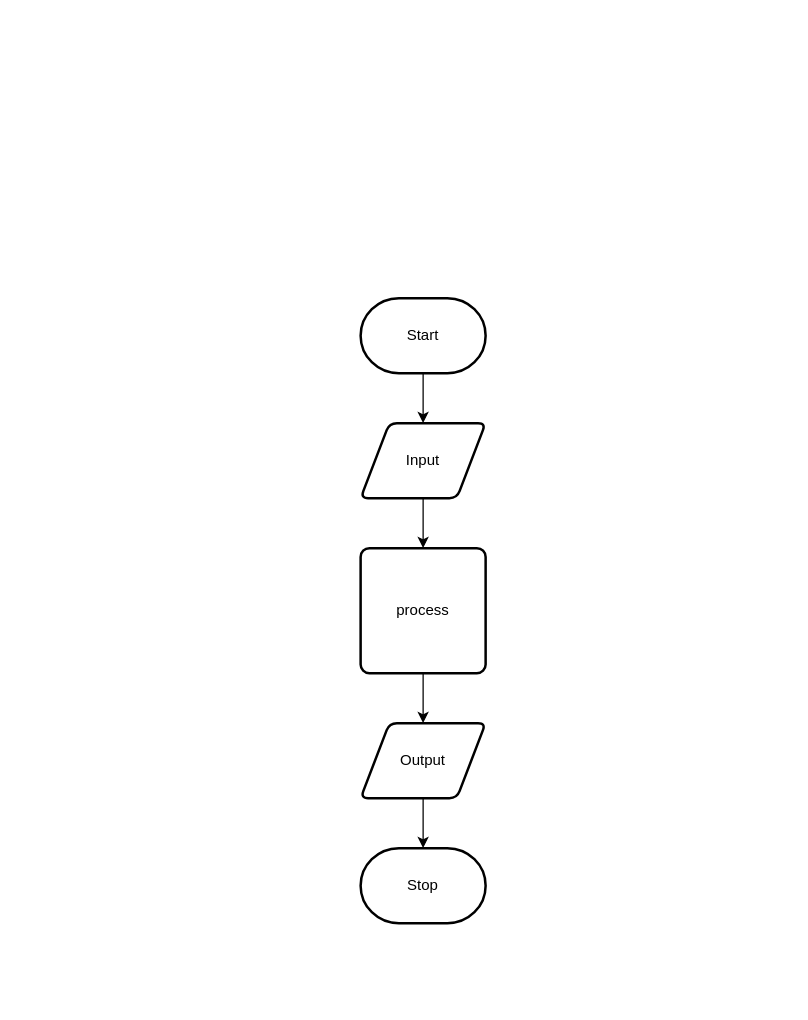
Earlier version of the draw.io diagram design/flow-chart.drawio (sam-corbett/ICS2O-Unit5-04-JS). Source tidied: cells renumbered, new cells numbered last; positions are measured from the earlier drawing's top-left corner, leaving out a move shared by most shapes. Both pictures are drawn from the tidied source at 125%, with x=0, y=0 at pixel (360, 298).
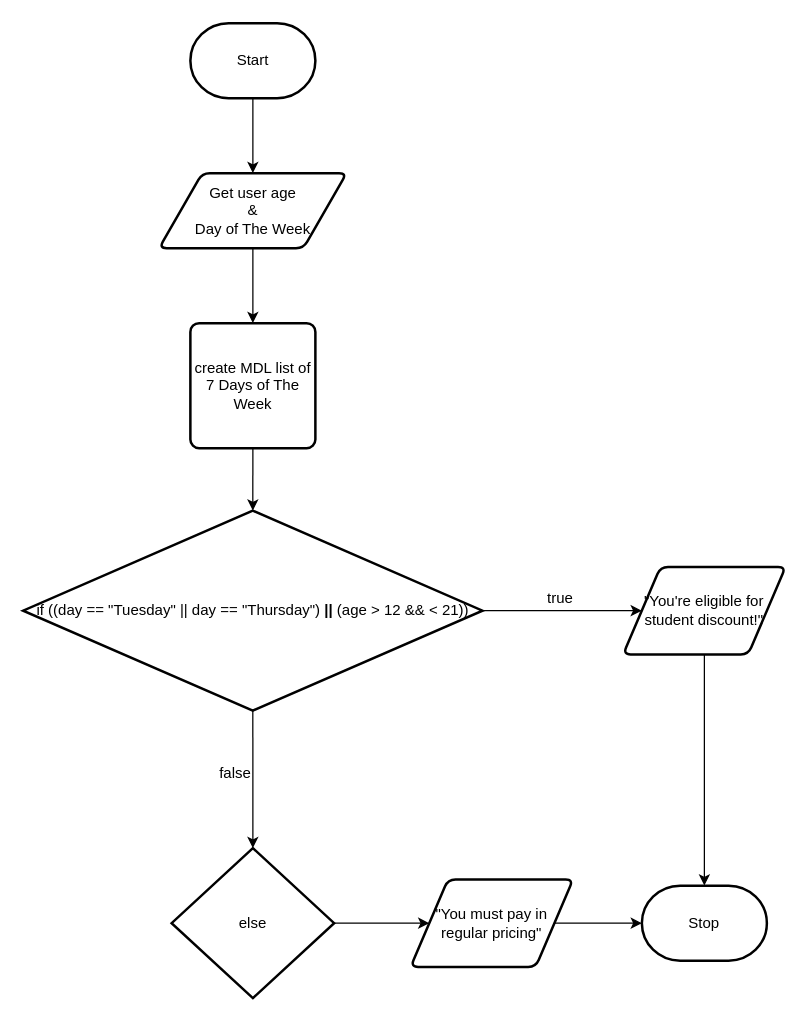
Above is the later version.

Diff of the diagram source:
```diff
@@
 <mxGraphModel>
   <root>
     <mxCell id="0" />
     <mxCell id="1" parent="0" />
-    <mxCell id="2" style="edgeStyle=none;html=1;" parent="1" edge="1" source="3" target="5">
-      <mxGeometry relative="1" as="geometry" />
-    </mxCell>
+    <mxCell id="11" style="edgeStyle=none;html=1;" parent="1" edge="1" source="3" target="13">
+      <mxGeometry relative="1" as="geometry" />
+    </mxCell>
     <mxCell id="3" value="Start" style="strokeWidth=2;html=1;shape=mxgraph.flowchart.terminator;whiteSpace=wrap;" parent="1" vertex="1">
-      <mxGeometry width="100" height="60" as="geometry" />
+      <mxGeometry x="-136.2" y="-220" width="100" height="60" as="geometry" />
     </mxCell>
-    <mxCell id="4" style="edgeStyle=none;html=1;" parent="1" edge="1" source="5" target="7">
-      <mxGeometry relative="1" as="geometry" />
-    </mxCell>
-    <mxCell id="5" value="Input" style="shape=parallelogram;html=1;strokeWidth=2;perimeter=parallelogramPerimeter;whiteSpace=wrap;rounded=1;arcSize=12;size=0.23;" parent="1" vertex="1">
-      <mxGeometry y="100" width="100" height="60" as="geometry" />
-    </mxCell>
-    <mxCell id="6" style="edgeStyle=none;html=1;" parent="1" edge="1" source="7" target="9">
-      <mxGeometry relative="1" as="geometry" />
-    </mxCell>
-    <mxCell id="7" value="process" style="rounded=1;whiteSpace=wrap;html=1;absoluteArcSize=1;arcSize=14;strokeWidth=2;" parent="1" vertex="1">
-      <mxGeometry y="200" width="100" height="100" as="geometry" />
-    </mxCell>
-    <mxCell id="8" style="edgeStyle=none;html=1;" parent="1" edge="1" source="9" target="10">
-      <mxGeometry relative="1" as="geometry" />
-    </mxCell>
-    <mxCell id="9" value="Output" style="shape=parallelogram;html=1;strokeWidth=2;perimeter=parallelogramPerimeter;whiteSpace=wrap;rounded=1;arcSize=12;size=0.23;" parent="1" vertex="1">
-      <mxGeometry y="340" width="100" height="60" as="geometry" />
-    </mxCell>
     <mxCell id="10" value="Stop" style="strokeWidth=2;html=1;shape=mxgraph.flowchart.terminator;whiteSpace=wrap;" parent="1" vertex="1">
-      <mxGeometry y="440" width="100" height="60" as="geometry" />
+      <mxGeometry x="225" y="470" width="100" height="60" as="geometry" />
     </mxCell>
+    <mxCell id="12" style="edgeStyle=none;html=1;" parent="1" edge="1" source="13" target="15">
+      <mxGeometry relative="1" as="geometry" />
+    </mxCell>
+    <mxCell id="13" value="Get user age&lt;br&gt;&amp;amp;&lt;br&gt;Day of The Week" style="shape=parallelogram;html=1;strokeWidth=2;perimeter=parallelogramPerimeter;whiteSpace=wrap;rounded=1;arcSize=12;size=0.23;fillColor=default;" parent="1" vertex="1">
+      <mxGeometry x="-161.2" y="-100" width="150" height="60" as="geometry" />
+    </mxCell>
+    <mxCell id="14" style="edgeStyle=none;html=1;" parent="1" edge="1" source="15" target="18">
+      <mxGeometry relative="1" as="geometry" />
+    </mxCell>
+    <mxCell id="15" value="create MDL list of 7 Days of The Week" style="rounded=1;whiteSpace=wrap;html=1;absoluteArcSize=1;arcSize=14;strokeWidth=2;fillColor=default;" parent="1" vertex="1">
+      <mxGeometry x="-136.2" y="20" width="100" height="100" as="geometry" />
+    </mxCell>
+    <mxCell id="16" style="edgeStyle=none;html=1;entryX=0.5;entryY=0;entryDx=0;entryDy=0;" parent="1" edge="1" source="18" target="24">
+      <mxGeometry relative="1" as="geometry" />
+    </mxCell>
+    <mxCell id="17" style="edgeStyle=none;html=1;" parent="1" edge="1" source="18" target="20">
+      <mxGeometry relative="1" as="geometry" />
+    </mxCell>
+    <mxCell id="18" value="if ((day == &quot;Tuesday&quot; || day == &quot;Thursday&quot;)&amp;nbsp;&lt;b&gt;||&amp;nbsp;&lt;/b&gt;(age &amp;gt; 12 &amp;amp;&amp;amp; &amp;lt; 21))" style="strokeWidth=2;html=1;shape=mxgraph.flowchart.decision;whiteSpace=wrap;fillColor=default;" parent="1" vertex="1">
+      <mxGeometry x="-270" y="170" width="367.5" height="160" as="geometry" />
+    </mxCell>
+    <mxCell id="19" style="edgeStyle=none;html=1;exitX=0.5;exitY=1;exitDx=0;exitDy=0;entryX=0.5;entryY=0;entryDx=0;entryDy=0;entryPerimeter=0;" parent="1" edge="1" source="20" target="10">
+      <mxGeometry relative="1" as="geometry" />
+    </mxCell>
+    <mxCell id="20" value="&quot;You're eligible for student discount!&quot;" style="shape=parallelogram;html=1;strokeWidth=2;perimeter=parallelogramPerimeter;whiteSpace=wrap;rounded=1;arcSize=12;size=0.23;fillColor=default;" parent="1" vertex="1">
+      <mxGeometry x="210" y="215" width="130" height="70" as="geometry" />
+    </mxCell>
+    <mxCell id="21" value="true" style="text;html=1;strokeColor=none;fillColor=none;align=center;verticalAlign=middle;whiteSpace=wrap;rounded=0;" parent="1" vertex="1">
+      <mxGeometry x="140" y="230" width="40" height="20" as="geometry" />
+    </mxCell>
+    <mxCell id="22" value="false" style="text;html=1;strokeColor=none;fillColor=none;align=center;verticalAlign=middle;whiteSpace=wrap;rounded=0;" parent="1" vertex="1">
+      <mxGeometry x="-120" y="375" width="40" height="10" as="geometry" />
+    </mxCell>
+    <mxCell id="23" style="edgeStyle=none;html=1;" parent="1" edge="1" source="24" target="26">
+      <mxGeometry relative="1" as="geometry" />
+    </mxCell>
+    <mxCell id="24" value="else" style="rhombus;whiteSpace=wrap;html=1;fillColor=default;strokeWidth=2;" parent="1" vertex="1">
+      <mxGeometry x="-151.2" y="440" width="130" height="120" as="geometry" />
+    </mxCell>
+    <mxCell id="25" style="edgeStyle=none;html=1;exitX=1;exitY=0.5;exitDx=0;exitDy=0;" parent="1" edge="1" source="26" target="10">
+      <mxGeometry relative="1" as="geometry" />
+    </mxCell>
+    <mxCell id="26" value="&quot;You must pay in regular pricing&quot;" style="shape=parallelogram;html=1;strokeWidth=2;perimeter=parallelogramPerimeter;whiteSpace=wrap;rounded=1;arcSize=12;size=0.23;fillColor=default;" parent="1" vertex="1">
+      <mxGeometry x="40" y="465" width="130" height="70" as="geometry" />
+    </mxCell>
   </root>
 </mxGraphModel>
```
